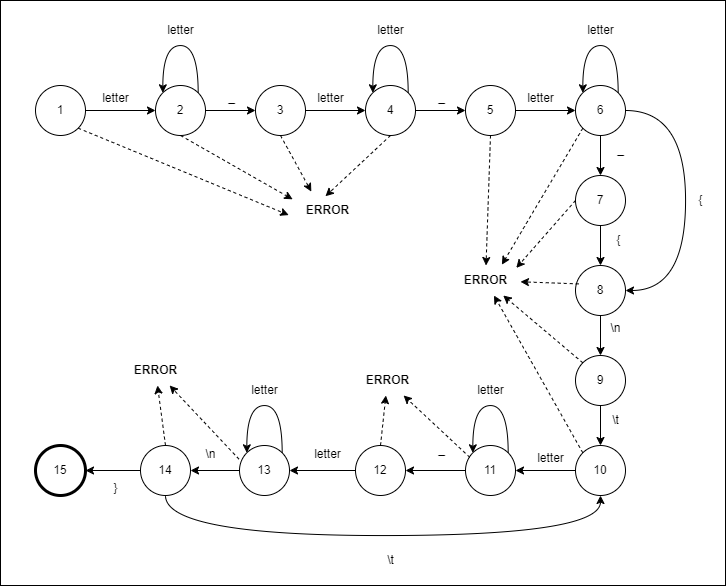
Nikonoffcmi/Compiler keeps this draw.io diagram as images/FSM.png. Above is the earlier version. Source tidied: cells renumbered, new cells last; positions are measured from the earlier drawing's top-left corner, leaving out a move shared by most shapes.
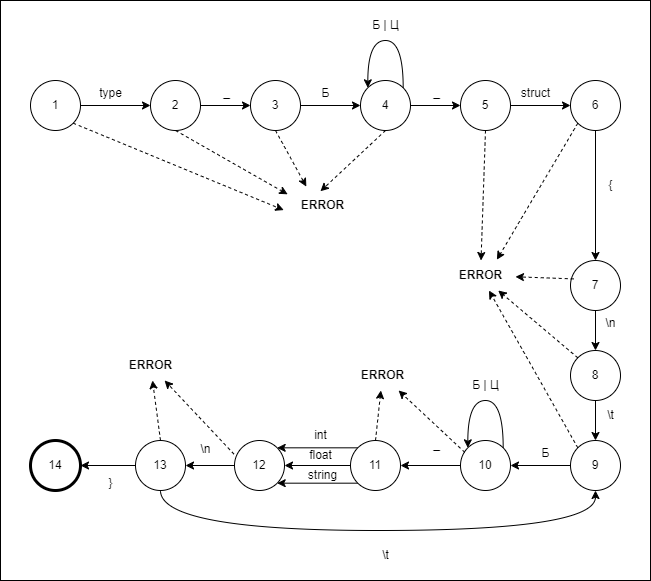
After the change.

Diff of the diagram source:
```diff
@@ -2,9 +2,9 @@
   <root>
     <mxCell id="0" />
     <mxCell id="1" parent="0" />
-    <mxCell id="2" style="rounded=0;whiteSpace=wrap;html=1;" parent="1" vertex="1">
-      <mxGeometry width="725" height="585" as="geometry" />
-    </mxCell>
+    <mxCell id="78" style="rounded=0;whiteSpace=wrap;html=1;" parent="1" vertex="1">
+      <mxGeometry x="5" y="5" width="650" height="580" as="geometry" />
+    </mxCell>
     <mxCell id="3" style="edgeStyle=orthogonalEdgeStyle;rounded=0;jettySize=auto;html=1;entryX=0;entryY=0.5;entryDx=0;entryDy=0;" parent="1" edge="1" source="4" target="6">
       <mxGeometry relative="1" as="geometry" />
     </mxCell>
@@ -17,20 +17,9 @@
     <mxCell id="6" value="2" style="ellipse;whiteSpace=wrap;html=1;" parent="1" vertex="1">
       <mxGeometry x="155" y="85" width="50" height="50" as="geometry" />
     </mxCell>
-    <mxCell id="7" value="letter" style="text;html=1;align=center;verticalAlign=middle;strokeColor=none;fillColor=none;" parent="1" vertex="1">
+    <mxCell id="7" value="type" style="text;html=1;align=center;verticalAlign=middle;strokeColor=none;fillColor=none;" parent="1" vertex="1">
       <mxGeometry x="90" y="83" width="50" height="30" as="geometry" />
     </mxCell>
-    <mxCell id="8" style="edgeStyle=orthogonalEdgeStyle;rounded=0;orthogonalLoop=1;jettySize=auto;html=1;exitX=1;exitY=0;exitDx=0;exitDy=0;entryX=0;entryY=0;entryDx=0;entryDy=0;curved=1;" parent="1" edge="1" source="6" target="6">
-      <mxGeometry relative="1" as="geometry">
-        <Array as="points">
-          <mxPoint x="198" y="45" />
-          <mxPoint x="162" y="45" />
-        </Array>
-      </mxGeometry>
-    </mxCell>
-    <mxCell id="9" value="letter" style="text;html=1;align=center;verticalAlign=middle;strokeColor=none;fillColor=none;" parent="1" vertex="1">
-      <mxGeometry x="155" y="15" width="50" height="30" as="geometry" />
-    </mxCell>
     <mxCell id="10" style="edgeStyle=orthogonalEdgeStyle;rounded=0;jettySize=auto;html=1;entryX=0;entryY=0.5;entryDx=0;entryDy=0;" parent="1" edge="1" source="11" target="13">
       <mxGeometry relative="1" as="geometry" />
     </mxCell>
@@ -51,11 +40,11 @@
         </Array>
       </mxGeometry>
     </mxCell>
-    <mxCell id="15" value="letter" style="text;html=1;align=center;verticalAlign=middle;strokeColor=none;fillColor=none;" parent="1" vertex="1">
+    <mxCell id="15" value="Б | Ц" style="text;html=1;align=center;verticalAlign=middle;strokeColor=none;fillColor=none;" parent="1" vertex="1">
       <mxGeometry x="365" y="15" width="50" height="30" as="geometry" />
     </mxCell>
-    <mxCell id="16" value="letter" style="text;html=1;align=center;verticalAlign=middle;strokeColor=none;fillColor=none;" parent="1" vertex="1">
-      <mxGeometry x="305" y="83" width="50" height="30" as="geometry" />
+    <mxCell id="16" value="Б" style="text;html=1;align=center;verticalAlign=middle;strokeColor=none;fillColor=none;" parent="1" vertex="1">
+      <mxGeometry x="315" y="83" width="30" height="30" as="geometry" />
     </mxCell>
     <mxCell id="17" style="edgeStyle=orthogonalEdgeStyle;rounded=0;jettySize=auto;html=1;entryX=0;entryY=0.5;entryDx=0;entryDy=0;" parent="1" edge="1" source="13" target="19">
       <mxGeometry relative="1" as="geometry" />
@@ -69,63 +58,41 @@
     <mxCell id="20" value="_" style="text;html=1;align=center;verticalAlign=middle;strokeColor=none;fillColor=none;" parent="1" vertex="1">
       <mxGeometry x="426" y="83" width="30" height="30" as="geometry" />
     </mxCell>
-    <mxCell id="21" style="edgeStyle=orthogonalEdgeStyle;rounded=0;jettySize=auto;html=1;entryX=0.5;entryY=0;entryDx=0;entryDy=0;" parent="1" edge="1" source="23" target="46">
-      <mxGeometry relative="1" as="geometry" />
-    </mxCell>
-    <mxCell id="22" style="edgeStyle=orthogonalEdgeStyle;rounded=0;jettySize=auto;html=1;entryX=1;entryY=0.5;entryDx=0;entryDy=0;curved=1;" parent="1" edge="1" source="23" target="48">
-      <mxGeometry relative="1" as="geometry">
-        <Array as="points">
-          <mxPoint x="685" y="110" />
-          <mxPoint x="685" y="290" />
-        </Array>
-      </mxGeometry>
-    </mxCell>
     <mxCell id="23" value="6" style="ellipse;whiteSpace=wrap;html=1;" parent="1" vertex="1">
       <mxGeometry x="575" y="85" width="50" height="50" as="geometry" />
     </mxCell>
-    <mxCell id="24" style="edgeStyle=orthogonalEdgeStyle;rounded=0;orthogonalLoop=1;jettySize=auto;html=1;exitX=1;exitY=0;exitDx=0;exitDy=0;entryX=0;entryY=0;entryDx=0;entryDy=0;curved=1;" parent="1" edge="1" source="23" target="23">
-      <mxGeometry relative="1" as="geometry">
-        <Array as="points">
-          <mxPoint x="618" y="45" />
-          <mxPoint x="582" y="45" />
-        </Array>
-      </mxGeometry>
-    </mxCell>
-    <mxCell id="25" value="letter" style="text;html=1;align=center;verticalAlign=middle;strokeColor=none;fillColor=none;" parent="1" vertex="1">
-      <mxGeometry x="575" y="15" width="50" height="30" as="geometry" />
-    </mxCell>
-    <mxCell id="26" value="letter" style="text;html=1;align=center;verticalAlign=middle;strokeColor=none;fillColor=none;" parent="1" vertex="1">
+    <mxCell id="26" value="struct" style="text;html=1;align=center;verticalAlign=middle;strokeColor=none;fillColor=none;" parent="1" vertex="1">
       <mxGeometry x="515" y="83" width="50" height="30" as="geometry" />
     </mxCell>
     <mxCell id="27" style="edgeStyle=orthogonalEdgeStyle;rounded=0;jettySize=auto;html=1;" parent="1" edge="1" source="28" target="32">
       <mxGeometry relative="1" as="geometry" />
     </mxCell>
-    <mxCell id="28" value="10" style="ellipse;whiteSpace=wrap;html=1;" parent="1" vertex="1">
+    <mxCell id="28" value="9" style="ellipse;whiteSpace=wrap;html=1;" parent="1" vertex="1">
       <mxGeometry x="575" y="445" width="50" height="50" as="geometry" />
     </mxCell>
-    <mxCell id="29" value="_" style="text;html=1;align=center;verticalAlign=middle;strokeColor=none;fillColor=none;" parent="1" vertex="1">
-      <mxGeometry x="605" y="135" width="30" height="30" as="geometry" />
-    </mxCell>
     <mxCell id="30" value="\t" style="text;html=1;align=center;verticalAlign=middle;strokeColor=none;fillColor=none;" parent="1" vertex="1">
       <mxGeometry x="600" y="405" width="30" height="30" as="geometry" />
     </mxCell>
     <mxCell id="31" style="edgeStyle=orthogonalEdgeStyle;rounded=0;jettySize=auto;html=1;entryX=1;entryY=0.5;entryDx=0;entryDy=0;" parent="1" edge="1" source="32" target="34">
       <mxGeometry relative="1" as="geometry" />
     </mxCell>
-    <mxCell id="32" value="11" style="ellipse;whiteSpace=wrap;html=1;" parent="1" vertex="1">
+    <mxCell id="32" value="10" style="ellipse;whiteSpace=wrap;html=1;" parent="1" vertex="1">
       <mxGeometry x="465" y="445" width="50" height="50" as="geometry" />
     </mxCell>
     <mxCell id="33" style="edgeStyle=orthogonalEdgeStyle;rounded=0;jettySize=auto;html=1;entryX=1;entryY=0.5;entryDx=0;entryDy=0;" parent="1" edge="1" source="34" target="40">
       <mxGeometry relative="1" as="geometry" />
     </mxCell>
+    <mxCell id="79" style="edgeStyle=orthogonalEdgeStyle;rounded=0;jettySize=auto;html=1;exitX=0;exitY=1;exitDx=0;exitDy=0;entryX=1;entryY=1;entryDx=0;entryDy=0;" parent="1" edge="1" source="34" target="40">
+      <mxGeometry relative="1" as="geometry" />
+    </mxCell>
+    <mxCell id="80" style="edgeStyle=orthogonalEdgeStyle;rounded=0;jettySize=auto;html=1;exitX=0;exitY=0;exitDx=0;exitDy=0;entryX=1;entryY=0;entryDx=0;entryDy=0;" parent="1" edge="1" source="34" target="40">
+      <mxGeometry relative="1" as="geometry" />
+    </mxCell>
-    <mxCell id="34" value="12" style="ellipse;whiteSpace=wrap;html=1;" parent="1" vertex="1">
+    <mxCell id="34" value="11" style="ellipse;whiteSpace=wrap;html=1;" parent="1" vertex="1">
       <mxGeometry x="355" y="445" width="50" height="50" as="geometry" />
     </mxCell>
-    <mxCell id="35" value="letter" style="text;html=1;align=center;verticalAlign=middle;strokeColor=none;fillColor=none;" parent="1" vertex="1">
-      <mxGeometry x="239" y="375" width="50" height="30" as="geometry" />
-    </mxCell>
-    <mxCell id="36" value="letter" style="text;html=1;align=center;verticalAlign=middle;strokeColor=none;fillColor=none;" parent="1" vertex="1">
-      <mxGeometry x="302" y="439" width="50" height="30" as="geometry" />
+    <mxCell id="36" value="int" style="text;html=1;align=center;verticalAlign=middle;strokeColor=none;fillColor=none;" parent="1" vertex="1">
+      <mxGeometry x="305" y="425" width="40" height="30" as="geometry" />
     </mxCell>
     <mxCell id="37" value="_" style="text;html=1;align=center;verticalAlign=middle;strokeColor=none;fillColor=none;" parent="1" vertex="1">
       <mxGeometry x="426" y="435" width="30" height="30" as="geometry" />
@@ -141,40 +108,37 @@
         </Array>
       </mxGeometry>
     </mxCell>
-    <mxCell id="40" value="13" style="ellipse;whiteSpace=wrap;html=1;" parent="1" vertex="1">
+    <mxCell id="40" value="12" style="ellipse;whiteSpace=wrap;html=1;" parent="1" vertex="1">
       <mxGeometry x="239" y="445" width="50" height="50" as="geometry" />
     </mxCell>
-    <mxCell id="41" value="letter" style="text;html=1;align=center;verticalAlign=middle;strokeColor=none;fillColor=none;" parent="1" vertex="1">
-      <mxGeometry x="525" y="443" width="50" height="30" as="geometry" />
+    <mxCell id="41" value="Б" style="text;html=1;align=center;verticalAlign=middle;strokeColor=none;fillColor=none;" parent="1" vertex="1">
+      <mxGeometry x="535" y="443" width="30" height="30" as="geometry" />
     </mxCell>
-    <mxCell id="42" value="letter" style="text;html=1;align=center;verticalAlign=middle;strokeColor=none;fillColor=none;" parent="1" vertex="1">
+    <mxCell id="42" value="Б | Ц" style="text;html=1;align=center;verticalAlign=middle;strokeColor=none;fillColor=none;" parent="1" vertex="1">
       <mxGeometry x="465" y="375" width="50" height="30" as="geometry" />
     </mxCell>
-    <mxCell id="43" value="15" style="ellipse;whiteSpace=wrap;html=1;strokeWidth=3;" parent="1" vertex="1">
+    <mxCell id="43" value="14" style="ellipse;whiteSpace=wrap;html=1;strokeWidth=3;" parent="1" vertex="1">
       <mxGeometry x="35" y="445" width="50" height="50" as="geometry" />
     </mxCell>
     <mxCell id="44" value="\t" style="text;html=1;align=center;verticalAlign=middle;strokeColor=none;fillColor=none;" parent="1" vertex="1">
       <mxGeometry x="375" y="545" width="30" height="30" as="geometry" />
     </mxCell>
-    <mxCell id="45" style="edgeStyle=orthogonalEdgeStyle;rounded=0;jettySize=auto;html=1;" parent="1" edge="1" source="46" target="48">
+    <mxCell id="45" style="edgeStyle=orthogonalEdgeStyle;rounded=0;jettySize=auto;html=1;" parent="1" edge="1" source="23" target="48">
       <mxGeometry relative="1" as="geometry" />
     </mxCell>
-    <mxCell id="46" value="7" style="ellipse;whiteSpace=wrap;html=1;" parent="1" vertex="1">
-      <mxGeometry x="575" y="175" width="50" height="50" as="geometry" />
-    </mxCell>
     <mxCell id="47" style="edgeStyle=orthogonalEdgeStyle;rounded=0;jettySize=auto;html=1;" parent="1" edge="1" source="48" target="51">
       <mxGeometry relative="1" as="geometry" />
     </mxCell>
-    <mxCell id="48" value="8" style="ellipse;whiteSpace=wrap;html=1;" parent="1" vertex="1">
+    <mxCell id="48" value="7" style="ellipse;whiteSpace=wrap;html=1;" parent="1" vertex="1">
       <mxGeometry x="575" y="265" width="50" height="50" as="geometry" />
     </mxCell>
     <mxCell id="49" value="{" style="text;html=1;align=center;verticalAlign=middle;strokeColor=none;fillColor=none;" parent="1" vertex="1">
-      <mxGeometry x="603" y="225" width="30" height="30" as="geometry" />
+      <mxGeometry x="600" y="175" width="30" height="30" as="geometry" />
     </mxCell>
     <mxCell id="50" style="edgeStyle=orthogonalEdgeStyle;rounded=0;jettySize=auto;html=1;entryX=0.5;entryY=0;entryDx=0;entryDy=0;" parent="1" edge="1" source="51" target="28">
       <mxGeometry relative="1" as="geometry" />
     </mxCell>
-    <mxCell id="51" value="9" style="ellipse;whiteSpace=wrap;html=1;" parent="1" vertex="1">
+    <mxCell id="51" value="8" style="ellipse;whiteSpace=wrap;html=1;" parent="1" vertex="1">
       <mxGeometry x="575" y="355" width="50" height="50" as="geometry" />
     </mxCell>
     <mxCell id="52" value="\n" style="text;html=1;align=center;verticalAlign=middle;strokeColor=none;fillColor=none;" parent="1" vertex="1">
@@ -188,18 +152,10 @@
         </Array>
       </mxGeometry>
     </mxCell>
-    <mxCell id="54" style="edgeStyle=orthogonalEdgeStyle;rounded=0;orthogonalLoop=1;jettySize=auto;html=1;exitX=1;exitY=0;exitDx=0;exitDy=0;entryX=0;entryY=0;entryDx=0;entryDy=0;curved=1;" parent="1" edge="1" source="40" target="40">
-      <mxGeometry relative="1" as="geometry">
-        <Array as="points">
-          <mxPoint x="282" y="405" />
-          <mxPoint x="246" y="405" />
-        </Array>
-      </mxGeometry>
-    </mxCell>
     <mxCell id="55" style="edgeStyle=orthogonalEdgeStyle;rounded=0;jettySize=auto;html=1;entryX=1;entryY=0.5;entryDx=0;entryDy=0;" parent="1" edge="1" source="56" target="43">
       <mxGeometry relative="1" as="geometry" />
     </mxCell>
-    <mxCell id="56" value="14" style="ellipse;whiteSpace=wrap;html=1;" parent="1" vertex="1">
+    <mxCell id="56" value="13" style="ellipse;whiteSpace=wrap;html=1;" parent="1" vertex="1">
       <mxGeometry x="140" y="445" width="50" height="50" as="geometry" />
     </mxCell>
     <mxCell id="57" value="\n" style="text;html=1;align=center;verticalAlign=middle;strokeColor=none;fillColor=none;" parent="1" vertex="1">
@@ -250,9 +206,6 @@
     <mxCell id="72" style="rounded=1;jettySize=auto;html=1;dashed=1;exitX=0;exitY=1;exitDx=0;exitDy=0;entryX=0.734;entryY=-0.027;entryDx=0;entryDy=0;entryPerimeter=0;" parent="1" edge="1" source="23" target="70">
       <mxGeometry relative="1" as="geometry" />
     </mxCell>
-    <mxCell id="73" style="rounded=1;jettySize=auto;html=1;dashed=1;exitX=0;exitY=0.5;exitDx=0;exitDy=0;entryX=0.94;entryY=0.08;entryDx=0;entryDy=0;entryPerimeter=0;" parent="1" edge="1" source="46" target="70">
-      <mxGeometry relative="1" as="geometry" />
-    </mxCell>
     <mxCell id="74" style="rounded=1;jettySize=auto;html=1;dashed=1;exitX=0.064;exitY=0.368;exitDx=0;exitDy=0;exitPerimeter=0;" parent="1" edge="1" source="48" target="70">
       <mxGeometry relative="1" as="geometry" />
     </mxCell>
@@ -262,8 +215,11 @@
     <mxCell id="76" style="rounded=1;jettySize=auto;html=1;dashed=1;exitX=0;exitY=0;exitDx=0;exitDy=0;" parent="1" edge="1" source="28" target="70">
       <mxGeometry relative="1" as="geometry" />
     </mxCell>
-    <mxCell id="77" value="{" style="text;html=1;align=center;verticalAlign=middle;strokeColor=none;fillColor=none;" parent="1" vertex="1">
-      <mxGeometry x="685" y="185" width="30" height="30" as="geometry" />
-    </mxCell>
+    <mxCell id="81" value="float" style="text;html=1;align=center;verticalAlign=middle;strokeColor=none;fillColor=none;" parent="1" vertex="1">
+      <mxGeometry x="300" y="445" width="50" height="30" as="geometry" />
+    </mxCell>
+    <mxCell id="82" value="string" style="text;html=1;align=center;verticalAlign=middle;strokeColor=none;fillColor=none;" parent="1" vertex="1">
+      <mxGeometry x="302" y="465" width="50" height="30" as="geometry" />
+    </mxCell>
   </root>
 </mxGraphModel>
```
